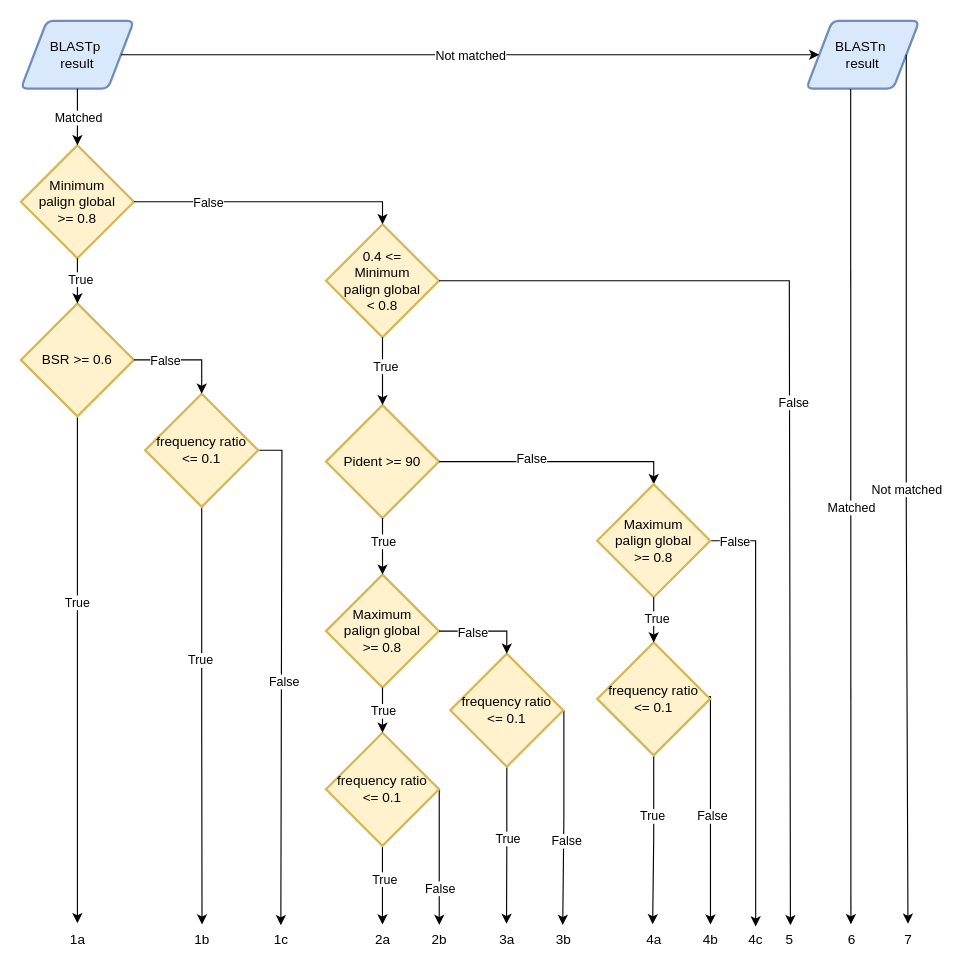
Above: SchemaRefinery/docs/SchemaRefinery/Modules/source/algorithm_classification.drawio in B-UMMI/Schema_Refinery (draw.io), before the change. Source tidied: cells renumbered, new cells numbered last; positions are measured from the earlier drawing's top-left corner, leaving out a move shared by most shapes. Both pictures are drawn from the tidied source at 113%, with x=0, y=0 at pixel (20, 20).
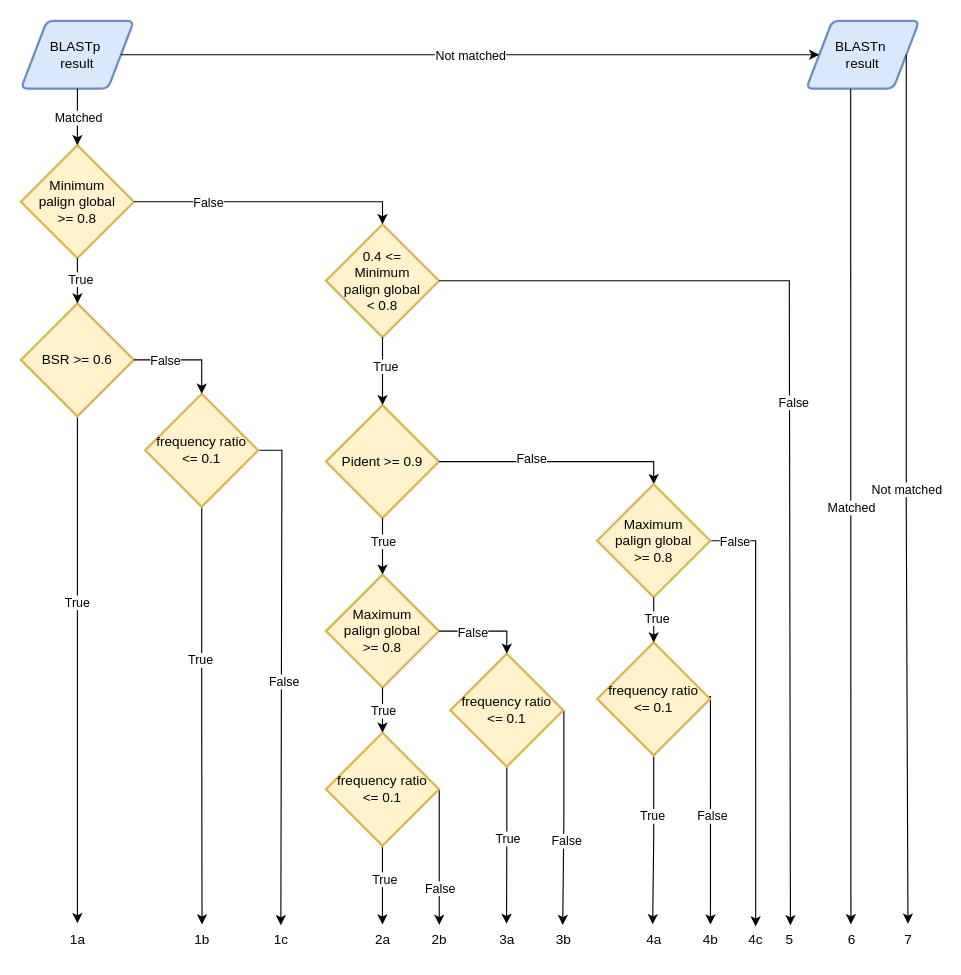
The same diagram, later.

What changed in the source:
```diff
@@
-    <mxCell id="21" value="Pident &amp;gt;= 90" style="strokeWidth=2;html=1;shape=mxgraph.flowchart.decision;whiteSpace=wrap;fillColor=#fff2cc;strokeColor=#d6b656;" parent="1" vertex="1">
+    <mxCell id="21" value="Pident &amp;gt;= 0.9" style="strokeWidth=2;html=1;shape=mxgraph.flowchart.decision;whiteSpace=wrap;fillColor=#fff2cc;strokeColor=#d6b656;" parent="1" vertex="1">
       <mxGeometry x="270" y="340" width="100" height="100" as="geometry" />
     </mxCell>
```
